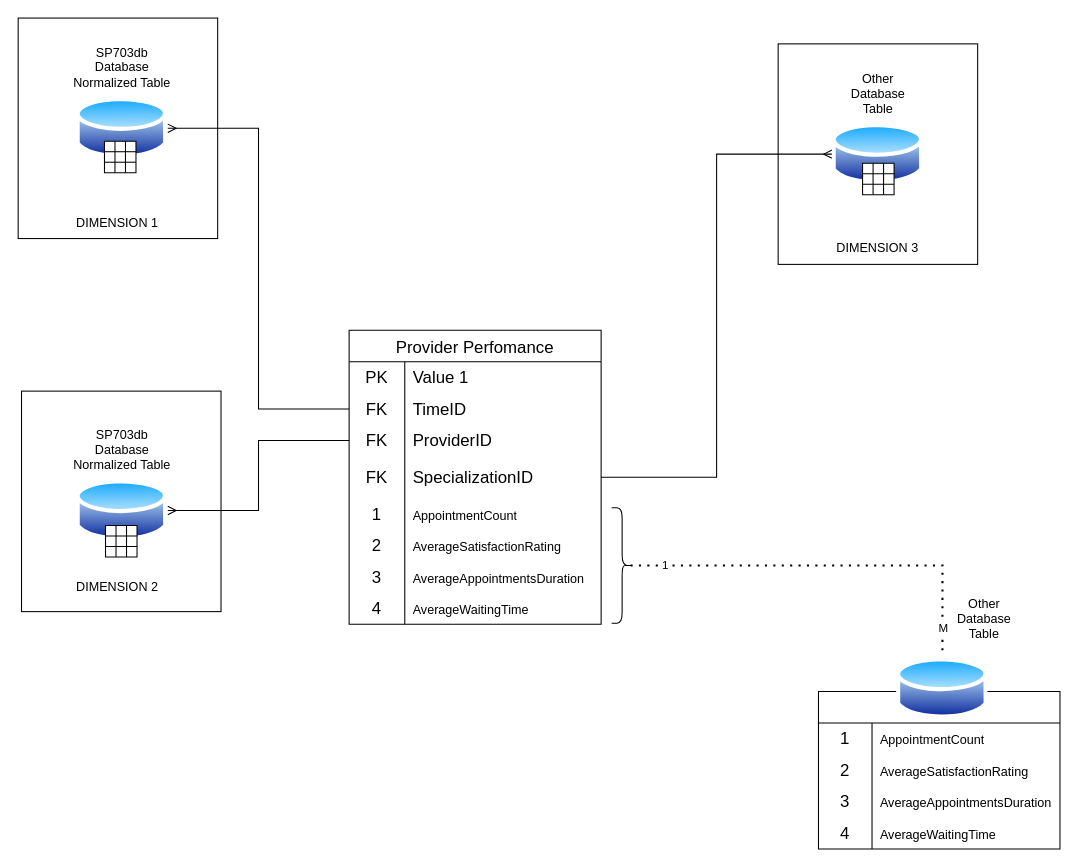
Before: page "datasource diagram DW" (9 of 9) of SP703.drawio in vinsanity2022/ERD_SP703, a draw.io diagram. Source tidied: cells renumbered, new cells numbered last; positions are measured from the earlier drawing's top-left corner, leaving out a move shared by most shapes. Both pictures are drawn from the tidied source at 105%, with x=0, y=0 at pixel (18, 18).
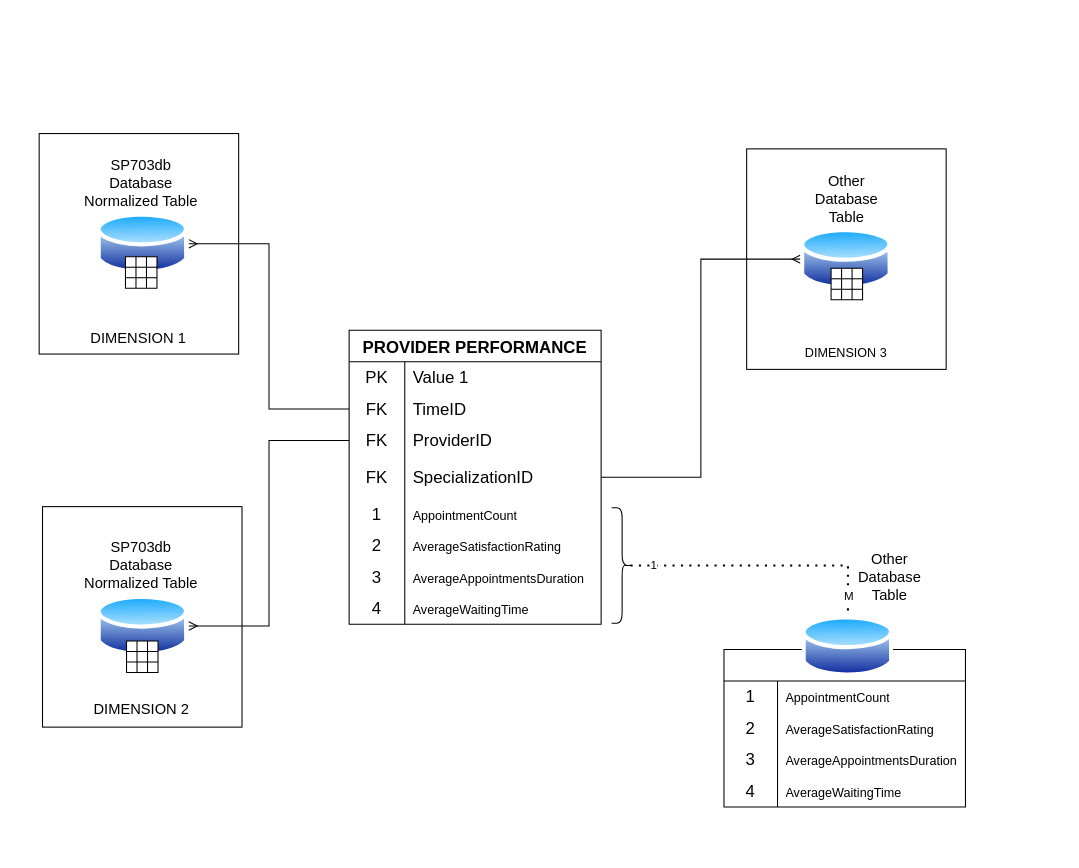
After the change.

The edit, as a diff of the source:
```diff
@@
     <mxCell id="2" style="rounded=0;whiteSpace=wrap;html=1;" parent="1" vertex="1">
-      <mxGeometry x="723.6" y="24.3" width="190" height="210" as="geometry" />
+      <mxGeometry x="693.6" y="124.3" width="190" height="210" as="geometry" />
     </mxCell>
     <mxCell id="3" style="rounded=0;whiteSpace=wrap;html=1;" parent="1" vertex="1">
-      <mxGeometry x="-0.2" y="-0.3" width="190" height="210" as="geometry" />
+      <mxGeometry x="19.8" y="109.7" width="190" height="210" as="geometry" />
     </mxCell>
     <mxCell id="4" style="rounded=0;whiteSpace=wrap;html=1;" parent="1" vertex="1">
-      <mxGeometry x="3" y="355" width="190" height="210" as="geometry" />
+      <mxGeometry x="23" y="465" width="190" height="210" as="geometry" />
     </mxCell>
@@
-    <mxCell id="6" value="Provider Perfomance" style="shape=table;startSize=30;childLayout=tableLayout;rowLines=0;fontStyle=0;strokeColor=default;fontSize=16;" parent="1" vertex="1">
+    <mxCell id="6" value="PROVIDER PERFORMANCE" style="shape=table;startSize=30;childLayout=tableLayout;rowLines=0;fontStyle=1;strokeColor=default;fontSize=16;" parent="1" vertex="1">
       <mxGeometry x="315" y="297" width="240" height="280" as="geometry" />
     </mxCell>
@@
     <mxCell id="31" style="shape=table;startSize=30;childLayout=tableLayout;rowLines=0;fontStyle=0;strokeColor=default;fontSize=16;" parent="1" vertex="1">
-      <mxGeometry x="762" y="641" width="230" height="150" as="geometry" />
+      <mxGeometry x="672" y="601" width="230" height="150" as="geometry" />
     </mxCell>
@@
     <mxCell id="44" style="image;perimeter=ellipsePerimeter;html=1;align=center;shadow=0;dashed=0;spacingTop=3;image=img/lib/active_directory/database.svg;" parent="1" vertex="1">
-      <mxGeometry x="836.4" y="606" width="87.3" height="64.6" as="geometry" />
+      <mxGeometry x="746.4" y="566" width="87.3" height="64.6" as="geometry" />
     </mxCell>
-    <mxCell id="45" value="Other Database Table" style="text;strokeColor=none;align=center;fillColor=none;html=1;verticalAlign=middle;whiteSpace=wrap;rounded=0;" parent="1" vertex="1">
-      <mxGeometry x="885" y="547" width="70" height="50" as="geometry" />
+    <mxCell id="45" value="&lt;font style=&quot;font-size: 14px;&quot;&gt;Other Database Table&lt;/font&gt;" style="text;strokeColor=none;align=center;fillColor=none;html=1;verticalAlign=middle;whiteSpace=wrap;rounded=0;" parent="1" vertex="1">
+      <mxGeometry x="795" y="507" width="70" height="50" as="geometry" />
     </mxCell>
-    <mxCell id="46" value="Other Database Table" style="text;strokeColor=none;align=center;fillColor=none;html=1;verticalAlign=middle;whiteSpace=wrap;rounded=0;" parent="1" vertex="1">
-      <mxGeometry x="783.6" y="47" width="70" height="50" as="geometry" />
+    <mxCell id="46" value="&lt;font style=&quot;font-size: 14px;&quot;&gt;Other Database Table&lt;/font&gt;" style="text;strokeColor=none;align=center;fillColor=none;html=1;verticalAlign=middle;whiteSpace=wrap;rounded=0;" parent="1" vertex="1">
+      <mxGeometry x="753.6" y="147" width="70" height="50" as="geometry" />
     </mxCell>
@@
     <mxCell id="48" style="image;perimeter=ellipsePerimeter;html=1;align=center;shadow=0;dashed=0;spacingTop=3;image=img/lib/active_directory/database.svg;" parent="1" vertex="1">
-      <mxGeometry x="775" y="97" width="87.3" height="64.6" as="geometry" />
+      <mxGeometry x="745" y="197" width="87.3" height="64.6" as="geometry" />
     </mxCell>
     <mxCell id="49" style="image;perimeter=ellipsePerimeter;html=1;align=center;shadow=0;dashed=0;spacingTop=3;image=img/lib/active_directory/database.svg;" parent="1" vertex="1">
-      <mxGeometry x="55" y="72.4" width="87.3" height="64.6" as="geometry" />
+      <mxGeometry x="75" y="182.4" width="87.3" height="64.6" as="geometry" />
     </mxCell>
     <mxCell id="50" style="image;perimeter=ellipsePerimeter;html=1;align=center;shadow=0;dashed=0;spacingTop=3;image=img/lib/active_directory/database.svg;" parent="1" vertex="1">
-      <mxGeometry x="55" y="436.4" width="87.3" height="64.6" as="geometry" />
+      <mxGeometry x="75" y="546.4" width="87.3" height="64.6" as="geometry" />
     </mxCell>
-    <mxCell id="51" value="SP703db Database Normalized Table" style="text;strokeColor=none;align=center;fillColor=none;html=1;verticalAlign=middle;whiteSpace=wrap;rounded=0;" parent="1" vertex="1">
-      <mxGeometry x="48.7" y="22.4" width="100" height="50" as="geometry" />
+    <mxCell id="51" value="&lt;font style=&quot;font-size: 14px;&quot;&gt;SP703db Database Normalized Table&lt;/font&gt;" style="text;strokeColor=none;align=center;fillColor=none;html=1;verticalAlign=middle;whiteSpace=wrap;rounded=0;" parent="1" vertex="1">
+      <mxGeometry x="60" y="132.4" width="113.7" height="50" as="geometry" />
     </mxCell>
@@
-    <mxCell id="54" value="SP703db Database Normalized Table" style="text;strokeColor=none;align=center;fillColor=none;html=1;verticalAlign=middle;whiteSpace=wrap;rounded=0;" parent="1" vertex="1">
-      <mxGeometry x="48.7" y="386.4" width="100" height="50" as="geometry" />
-    </mxCell>
-    <mxCell id="55" value="DIMENSION 2" style="text;strokeColor=none;align=center;fillColor=none;html=1;verticalAlign=middle;whiteSpace=wrap;rounded=0;" parent="1" vertex="1">
-      <mxGeometry x="47.3" y="527" width="95" height="30" as="geometry" />
+    <mxCell id="55" value="&lt;font style=&quot;font-size: 14px;&quot;&gt;DIMENSION 2&lt;/font&gt;" style="text;strokeColor=none;align=center;fillColor=none;html=1;verticalAlign=middle;whiteSpace=wrap;rounded=0;" parent="1" vertex="1">
+      <mxGeometry x="70.3" y="643" width="95" height="30" as="geometry" />
     </mxCell>
-    <mxCell id="56" value="DIMENSION 1" style="text;strokeColor=none;align=center;fillColor=none;html=1;verticalAlign=middle;whiteSpace=wrap;rounded=0;" parent="1" vertex="1">
-      <mxGeometry x="47.3" y="179.7" width="95" height="30" as="geometry" />
+    <mxCell id="56" value="&lt;font style=&quot;font-size: 14px;&quot;&gt;DIMENSION 1&lt;/font&gt;" style="text;strokeColor=none;align=center;fillColor=none;html=1;verticalAlign=middle;whiteSpace=wrap;rounded=0;" parent="1" vertex="1">
+      <mxGeometry x="67.3" y="289.7" width="95" height="30" as="geometry" />
     </mxCell>
     <mxCell id="57" value="DIMENSION 3" style="text;strokeColor=none;align=center;fillColor=none;html=1;verticalAlign=middle;whiteSpace=wrap;rounded=0;" parent="1" vertex="1">
-      <mxGeometry x="771.1" y="204.3" width="95" height="30" as="geometry" />
+      <mxGeometry x="741.1" y="304.3" width="95" height="30" as="geometry" />
     </mxCell>
     <mxCell id="58" style="shape=table;startSize=0;childLayout=tableLayout;fontSize=16;" parent="1" vertex="1">
-      <mxGeometry x="82" y="117" width="30" height="30" as="geometry" />
+      <mxGeometry x="102" y="227" width="30" height="30" as="geometry" />
     </mxCell>
@@
     <mxCell id="71" style="shape=table;startSize=0;childLayout=tableLayout;fontSize=16;" parent="1" vertex="1">
-      <mxGeometry x="83" y="483" width="30" height="30" as="geometry" />
+      <mxGeometry x="103" y="593" width="30" height="30" as="geometry" />
     </mxCell>
@@
     <mxCell id="84" style="shape=table;startSize=0;childLayout=tableLayout;fontSize=16;" parent="1" vertex="1">
-      <mxGeometry x="804" y="138" width="30" height="30" as="geometry" />
+      <mxGeometry x="774" y="238" width="30" height="30" as="geometry" />
     </mxCell>
@@
+    <mxCell id="54" value="&lt;font style=&quot;font-size: 14px;&quot;&gt;SP703db Database Normalized Table&lt;/font&gt;" style="text;strokeColor=none;align=center;fillColor=none;html=1;verticalAlign=middle;whiteSpace=wrap;rounded=0;" parent="1" vertex="1">
+      <mxGeometry x="60.2" y="496.4" width="113.7" height="50" as="geometry" />
+    </mxCell>
```
